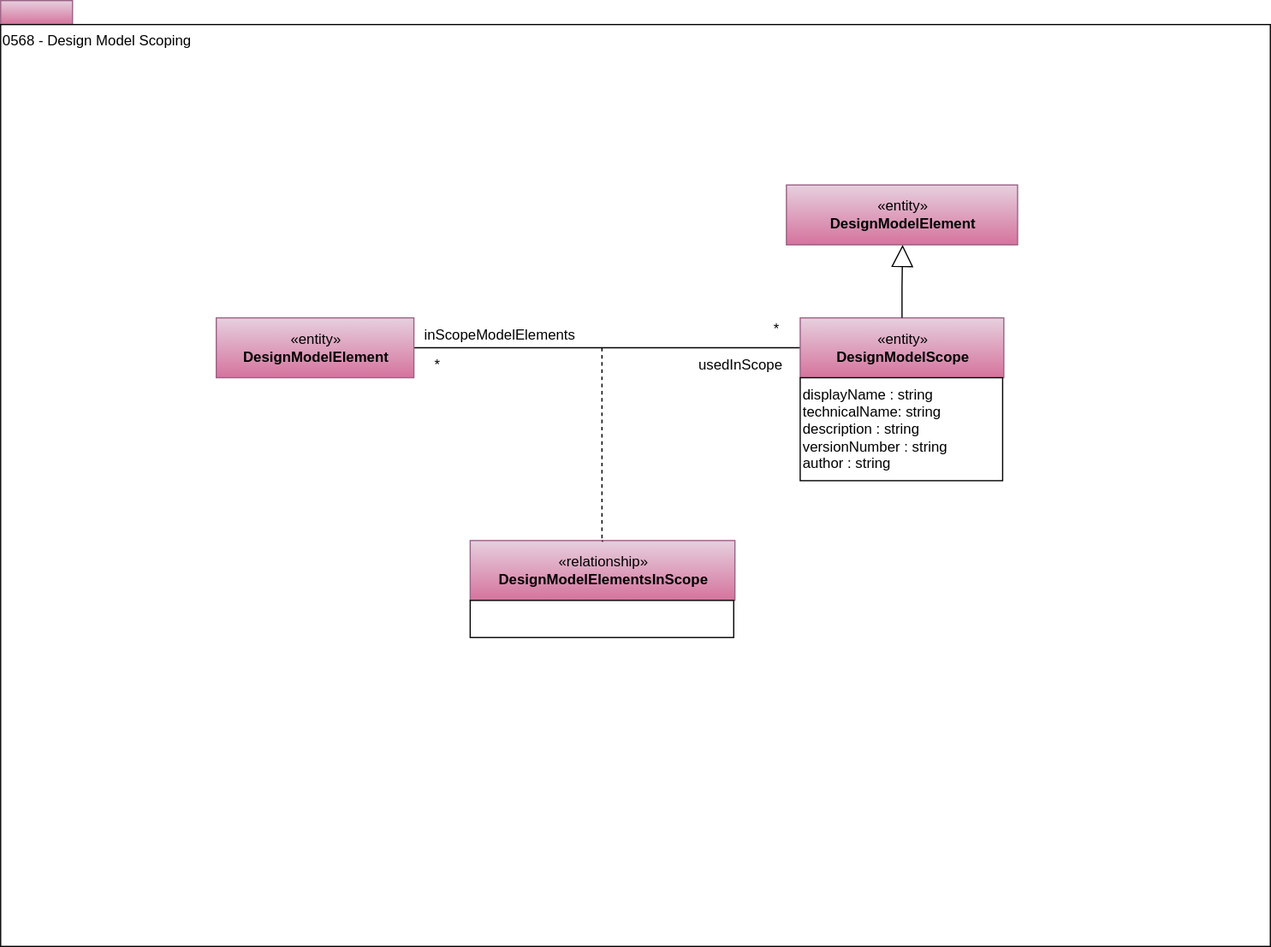
The draw.io diagram site/docs/types/5/0568-Design-Model-Scoping.svg in odpi/egeria-docs, before a commit. Source tidied: cells renumbered, new cells last; positions are measured from the earlier drawing's top-left corner, leaving out a move shared by most shapes.
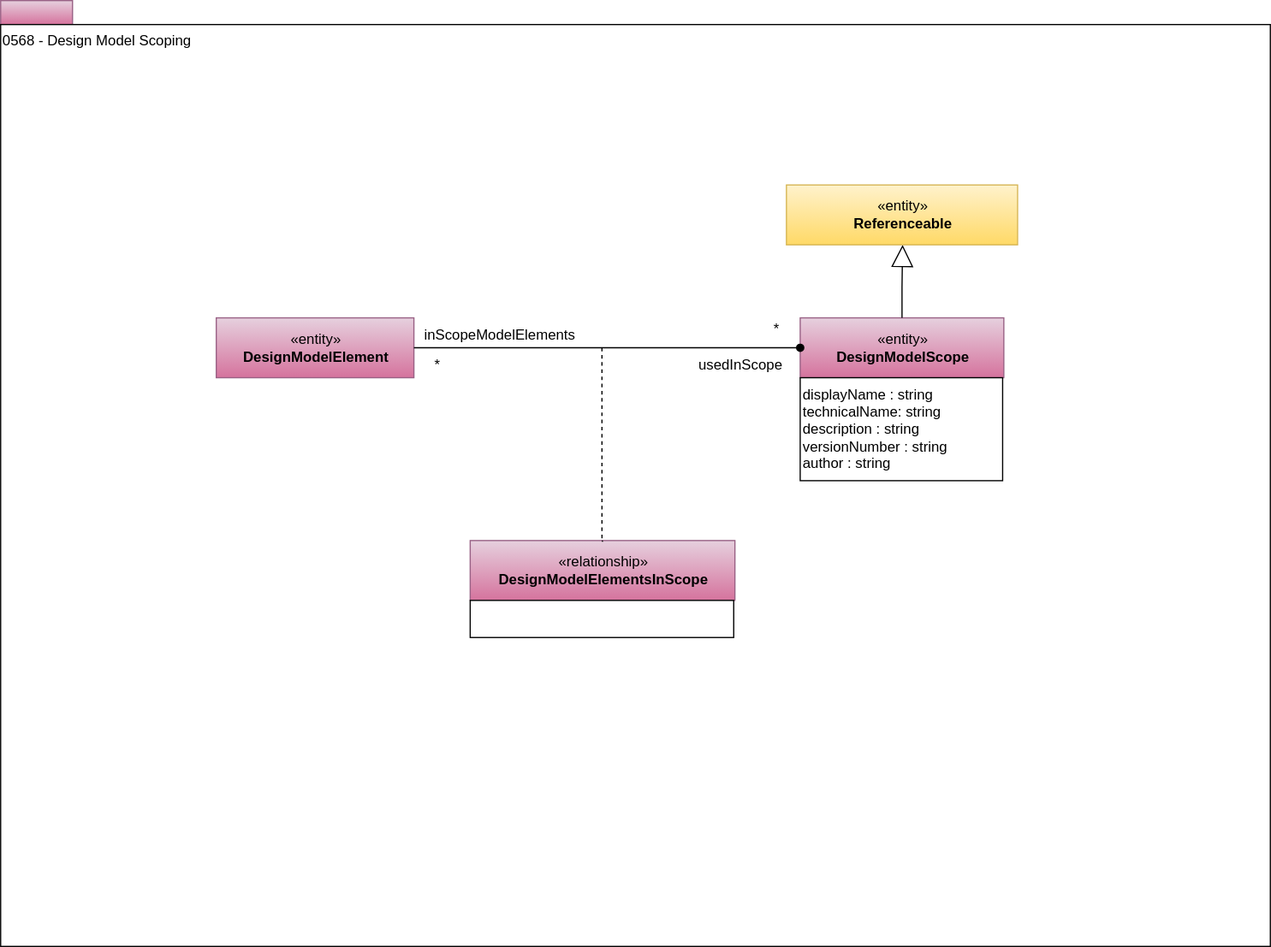
The same diagram one commit later.

Change to the diagram source:
```diff
@@ -8,51 +8,51 @@
     <mxCell id="3" value="0568 - Design Model Scoping" style="rounded=0;whiteSpace=wrap;html=1;align=left;verticalAlign=top;" parent="1" vertex="1">
       <mxGeometry y="20" width="1060" height="770" as="geometry" />
     </mxCell>
-    <mxCell id="4" style="edgeStyle=orthogonalEdgeStyle;rounded=0;jettySize=auto;html=1;exitX=1;exitY=0.5;exitDx=0;exitDy=0;entryX=0;entryY=0.5;entryDx=0;entryDy=0;endArrow=none;endFill=0;" parent="1" edge="1" source="5" target="13">
-      <mxGeometry relative="1" as="geometry" />
+    <mxCell id="4" value="«entity»&lt;br&gt;&lt;b&gt;DesignModelElement&lt;/b&gt;" style="html=1;strokeColor=#996185;align=center;fillColor=#e6d0de;gradientColor=#d5739d;" parent="1" vertex="1">
+      <mxGeometry x="180" y="265" width="165" height="50" as="geometry" />
     </mxCell>
-    <mxCell id="5" value="«entity»&lt;br&gt;&lt;b&gt;DesignModelElement&lt;/b&gt;" style="html=1;strokeColor=#996185;align=center;fillColor=#e6d0de;gradientColor=#d5739d;" parent="1" vertex="1">
-      <mxGeometry x="180" y="265" width="165" height="50" as="geometry" />
+    <mxCell id="5" value="*" style="text;html=1;strokeColor=none;fillColor=none;align=center;verticalAlign=middle;whiteSpace=wrap;rounded=0;" parent="1" vertex="1">
+      <mxGeometry x="627.5" y="265" width="40" height="20" as="geometry" />
     </mxCell>
-    <mxCell id="6" value="*" style="text;html=1;strokeColor=none;fillColor=none;align=center;verticalAlign=middle;whiteSpace=wrap;rounded=0;" parent="1" vertex="1">
-      <mxGeometry x="627.5" y="265" width="40" height="20" as="geometry" />
+    <mxCell id="6" value="usedInScope" style="text;html=1;strokeColor=none;fillColor=none;align=center;verticalAlign=middle;whiteSpace=wrap;rounded=0;" parent="1" vertex="1">
+      <mxGeometry x="571.5" y="295" width="92" height="20" as="geometry" />
     </mxCell>
-    <mxCell id="7" value="usedInScope" style="text;html=1;strokeColor=none;fillColor=none;align=center;verticalAlign=middle;whiteSpace=wrap;rounded=0;" parent="1" vertex="1">
-      <mxGeometry x="571.5" y="295" width="92" height="20" as="geometry" />
+    <mxCell id="7" value="inScopeModelElements" style="text;html=1;strokeColor=none;fillColor=none;align=center;verticalAlign=middle;whiteSpace=wrap;rounded=0;" parent="1" vertex="1">
+      <mxGeometry x="388" y="270" width="58" height="20" as="geometry" />
     </mxCell>
-    <mxCell id="8" value="inScopeModelElements" style="text;html=1;strokeColor=none;fillColor=none;align=center;verticalAlign=middle;whiteSpace=wrap;rounded=0;" parent="1" vertex="1">
-      <mxGeometry x="388" y="270" width="58" height="20" as="geometry" />
+    <mxCell id="8" value="«relationship»&lt;br&gt;&lt;b&gt;DesignModelElementsInScope&lt;/b&gt;" style="html=1;strokeColor=#996185;align=center;fillColor=#e6d0de;gradientColor=#d5739d;" parent="1" vertex="1">
+      <mxGeometry x="392" y="451" width="221" height="50" as="geometry" />
     </mxCell>
-    <mxCell id="9" value="«relationship»&lt;br&gt;&lt;b&gt;DesignModelElementsInScope&lt;/b&gt;" style="html=1;strokeColor=#996185;align=center;fillColor=#e6d0de;gradientColor=#d5739d;" parent="1" vertex="1">
-      <mxGeometry x="392" y="451" width="221" height="50" as="geometry" />
+    <mxCell id="9" style="endArrow=none;dashed=1;html=1;entryX=0.5;entryY=0;entryDx=0;entryDy=0;" parent="1" edge="1" target="8">
+      <mxGeometry relative="1" as="geometry">
+        <mxPoint x="502" y="290" as="sourcePoint" />
+        <Array as="points">
+          <mxPoint x="502" y="453" />
+        </Array>
+      </mxGeometry>
     </mxCell>
-    <mxCell id="10" style="endArrow=none;dashed=1;html=1;entryX=0.5;entryY=0;entryDx=0;entryDy=0;" parent="1" edge="1" target="9">
-      <mxGeometry relative="1" as="geometry">
-        <mxPoint x="502" y="290" as="sourcePoint" />
-        <Array as="points">
-          <mxPoint x="502" y="453" />
-        </Array>
-      </mxGeometry>
+    <mxCell id="10" value="&lt;div style=&quot;text-align: left&quot;&gt;&lt;br&gt;&lt;/div&gt;" style="rounded=0;whiteSpace=wrap;html=1;strokeColor=#000000;gradientColor=#ffffff;align=left;" parent="1" vertex="1">
+      <mxGeometry x="392" y="501" width="220" height="31" as="geometry" />
     </mxCell>
-    <mxCell id="11" value="&lt;div style=&quot;text-align: left&quot;&gt;&lt;br&gt;&lt;/div&gt;" style="rounded=0;whiteSpace=wrap;html=1;strokeColor=#000000;gradientColor=#ffffff;align=left;" parent="1" vertex="1">
-      <mxGeometry x="392" y="501" width="220" height="31" as="geometry" />
+    <mxCell id="11" value="*" style="text;html=1;strokeColor=none;fillColor=none;align=center;verticalAlign=middle;whiteSpace=wrap;rounded=0;" parent="1" vertex="1">
+      <mxGeometry x="344.5" y="295" width="40" height="20" as="geometry" />
     </mxCell>
-    <mxCell id="12" value="*" style="text;html=1;strokeColor=none;fillColor=none;align=center;verticalAlign=middle;whiteSpace=wrap;rounded=0;" parent="1" vertex="1">
-      <mxGeometry x="344.5" y="295" width="40" height="20" as="geometry" />
+    <mxCell id="12" value="«entity»&lt;br&gt;&lt;b&gt;DesignModelScope&lt;/b&gt;" style="html=1;strokeColor=#996185;align=center;fillColor=#e6d0de;gradientColor=#d5739d;" parent="1" vertex="1">
+      <mxGeometry x="667.5" y="265" width="170" height="50" as="geometry" />
     </mxCell>
-    <mxCell id="13" value="«entity»&lt;br&gt;&lt;b&gt;DesignModelScope&lt;/b&gt;" style="html=1;strokeColor=#996185;align=center;fillColor=#e6d0de;gradientColor=#d5739d;" parent="1" vertex="1">
-      <mxGeometry x="667.5" y="265" width="170" height="50" as="geometry" />
+    <mxCell id="13" value="displayName : string&lt;br&gt;technicalName: string&lt;br&gt;description : string&lt;br&gt;versionNumber : string&lt;br&gt;author : string&lt;span&gt;&lt;br&gt;&lt;/span&gt;" style="rounded=0;whiteSpace=wrap;html=1;strokeColor=#000000;gradientColor=#ffffff;align=left;" parent="1" vertex="1">
+      <mxGeometry x="667.5" y="315" width="169" height="86" as="geometry" />
     </mxCell>
-    <mxCell id="14" value="displayName : string&lt;br&gt;technicalName: string&lt;br&gt;description : string&lt;br&gt;versionNumber : string&lt;br&gt;author : string&lt;span&gt;&lt;br&gt;&lt;/span&gt;" style="rounded=0;whiteSpace=wrap;html=1;strokeColor=#000000;gradientColor=#ffffff;align=left;" parent="1" vertex="1">
-      <mxGeometry x="667.5" y="315" width="169" height="86" as="geometry" />
+    <mxCell id="14" style="edgeStyle=orthogonalEdgeStyle;rounded=0;jettySize=auto;html=1;endArrow=block;endFill=0;endSize=16;exitX=0.5;exitY=0;exitDx=0;exitDy=0;entryX=0.5;entryY=1;entryDx=0;entryDy=0;" parent="1" edge="1" source="12">
+      <mxGeometry relative="1" as="geometry">
+        <mxPoint x="753" y="204" as="targetPoint" />
+      </mxGeometry>
     </mxCell>
-    <mxCell id="15" style="edgeStyle=orthogonalEdgeStyle;rounded=0;jettySize=auto;html=1;endArrow=block;endFill=0;endSize=16;exitX=0.5;exitY=0;exitDx=0;exitDy=0;entryX=0.5;entryY=1;entryDx=0;entryDy=0;" parent="1" edge="1" source="13">
-      <mxGeometry relative="1" as="geometry">
-        <mxPoint x="753" y="204" as="targetPoint" />
-      </mxGeometry>
+    <mxCell id="15" value="«entity»&lt;br&gt;&lt;b&gt;Referenceable&lt;/b&gt;" style="html=1;strokeColor=#d6b656;align=center;fillColor=#fff2cc;gradientColor=#ffd966;" parent="1" vertex="1">
+      <mxGeometry x="656" y="154" width="193" height="50" as="geometry" />
     </mxCell>
-    <mxCell id="16" value="«entity»&lt;br&gt;&lt;b&gt;DesignModelElement&lt;/b&gt;" style="html=1;strokeColor=#996185;align=center;fillColor=#e6d0de;gradientColor=#d5739d;" parent="1" vertex="1">
-      <mxGeometry x="656" y="154" width="193" height="50" as="geometry" />
+    <mxCell id="16" style="edgeStyle=orthogonalEdgeStyle;rounded=0;jettySize=auto;html=1;exitX=1;exitY=0.5;exitDx=0;exitDy=0;entryX=0;entryY=0.5;entryDx=0;entryDy=0;endArrow=oval;endFill=1;" parent="1" edge="1" source="4" target="12">
+      <mxGeometry relative="1" as="geometry" />
     </mxCell>
   </root>
 </mxGraphModel>
```
